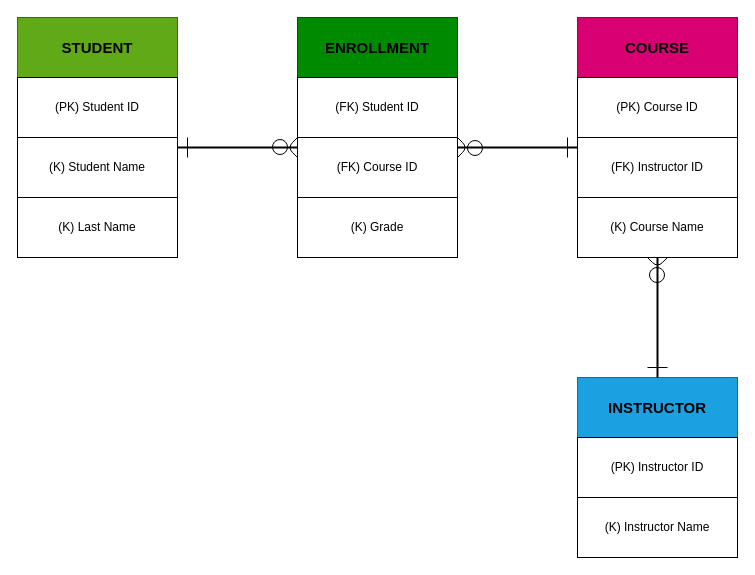
This is Day 05/Student_course_ERD.drawio from James-Jaffray/Database_Fundamentals_in_Class, a draw.io file, before an edit. Source tidied: cells renumbered, new cells numbered last; positions are measured from the earlier drawing's top-left corner, leaving out a move shared by most shapes. Both pictures are drawn from the tidied source at 100%, with x=0, y=0 at pixel (17, 17).
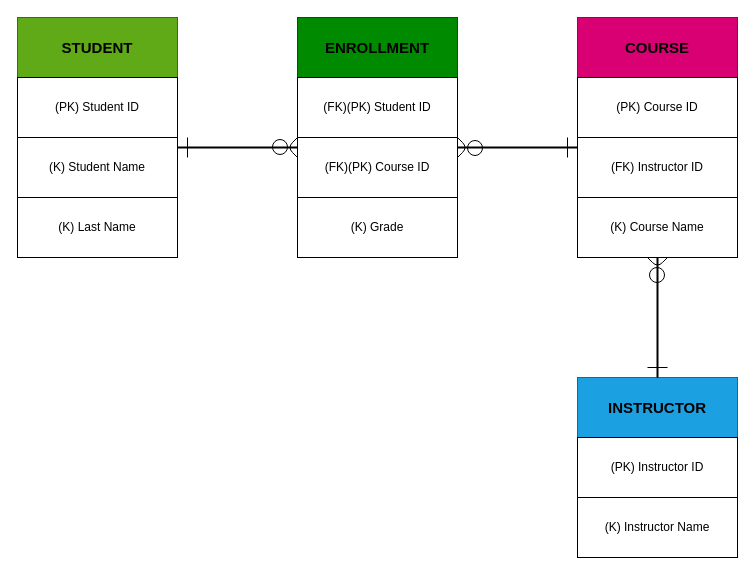
After the change.

Diff of the diagram source:
```diff
@@
-    <mxCell id="9" value="(FK) Student ID" style="whiteSpace=wrap;html=1;" parent="1" vertex="1">
+    <mxCell id="9" value="(FK)(PK) Student ID" style="whiteSpace=wrap;html=1;" parent="1" vertex="1">
       <mxGeometry x="280" y="60" width="160" height="60" as="geometry" />
     </mxCell>
-    <mxCell id="10" value="(FK) Course ID" style="whiteSpace=wrap;html=1;" parent="1" vertex="1">
+    <mxCell id="10" value="(FK)(PK) Course ID" style="whiteSpace=wrap;html=1;" parent="1" vertex="1">
       <mxGeometry x="280" y="120" width="160" height="60" as="geometry" />
     </mxCell>
```
